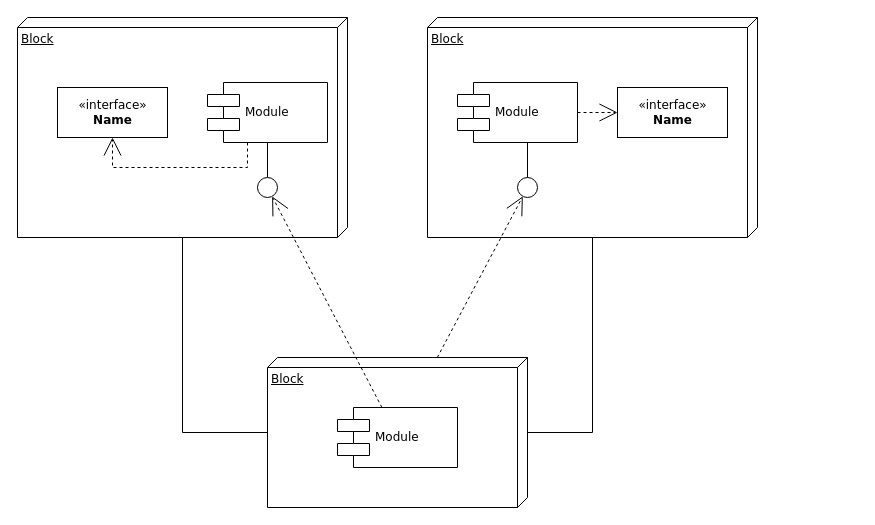
The draw.io diagram Diagrama sin título.drawio in moygamero/MarketPlaceCH, before the edit. Source tidied: cells renumbered, new cells numbered last; positions are measured from the earlier drawing's top-left corner, leaving out a move shared by most shapes. Both pictures are drawn from the tidied source at 100%, with x=0, y=0 at pixel (17, 17).
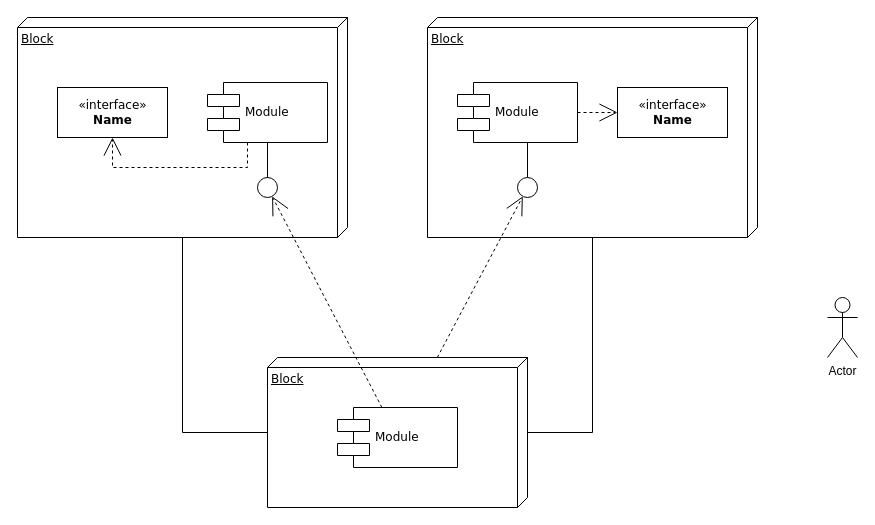
Above is the later version.

Commit message:
Diagrama de Caso de Uso.drawio

Change to the diagram source:
```diff
@@
+    <mxCell id="20" value="Actor" style="shape=umlActor;verticalLabelPosition=bottom;verticalAlign=top;html=1;" parent="1" vertex="1">
+      <mxGeometry x="810" y="280" width="30" height="60" as="geometry" />
+    </mxCell>
```
